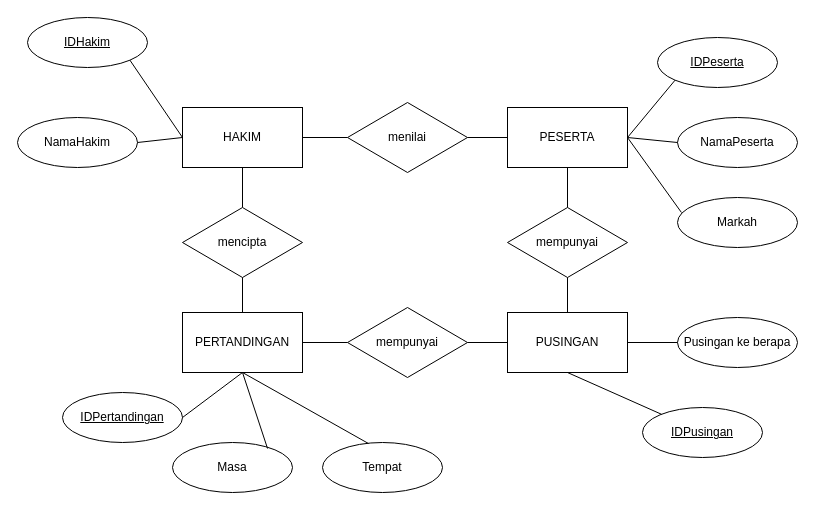
This is page "Page-2" (2 of 2) of SKProject.drawio from EzraChai/py, a draw.io file, before an edit. Source tidied: cells renumbered, new cells numbered last; positions are measured from the earlier drawing's top-left corner, leaving out a move shared by most shapes. Both pictures are drawn from the tidied source at 100%, with x=0, y=0 at pixel (17, 17).
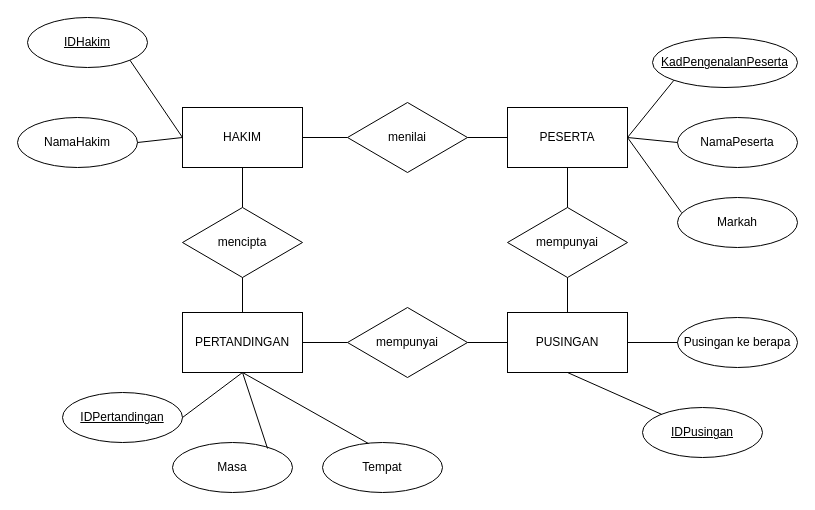
After the change.

What changed in the source:
```diff
@@
-    <mxCell id="11" value="&lt;u&gt;IDPeserta&lt;/u&gt;" style="ellipse;whiteSpace=wrap;html=1;" parent="1" vertex="1">
-      <mxGeometry x="640" y="20" width="120" height="50" as="geometry" />
+    <mxCell id="11" value="&lt;u&gt;KadPengenalanPeserta&lt;br&gt;&lt;/u&gt;" style="ellipse;whiteSpace=wrap;html=1;" parent="1" vertex="1">
+      <mxGeometry x="635" y="20" width="145" height="50" as="geometry" />
     </mxCell>
```
